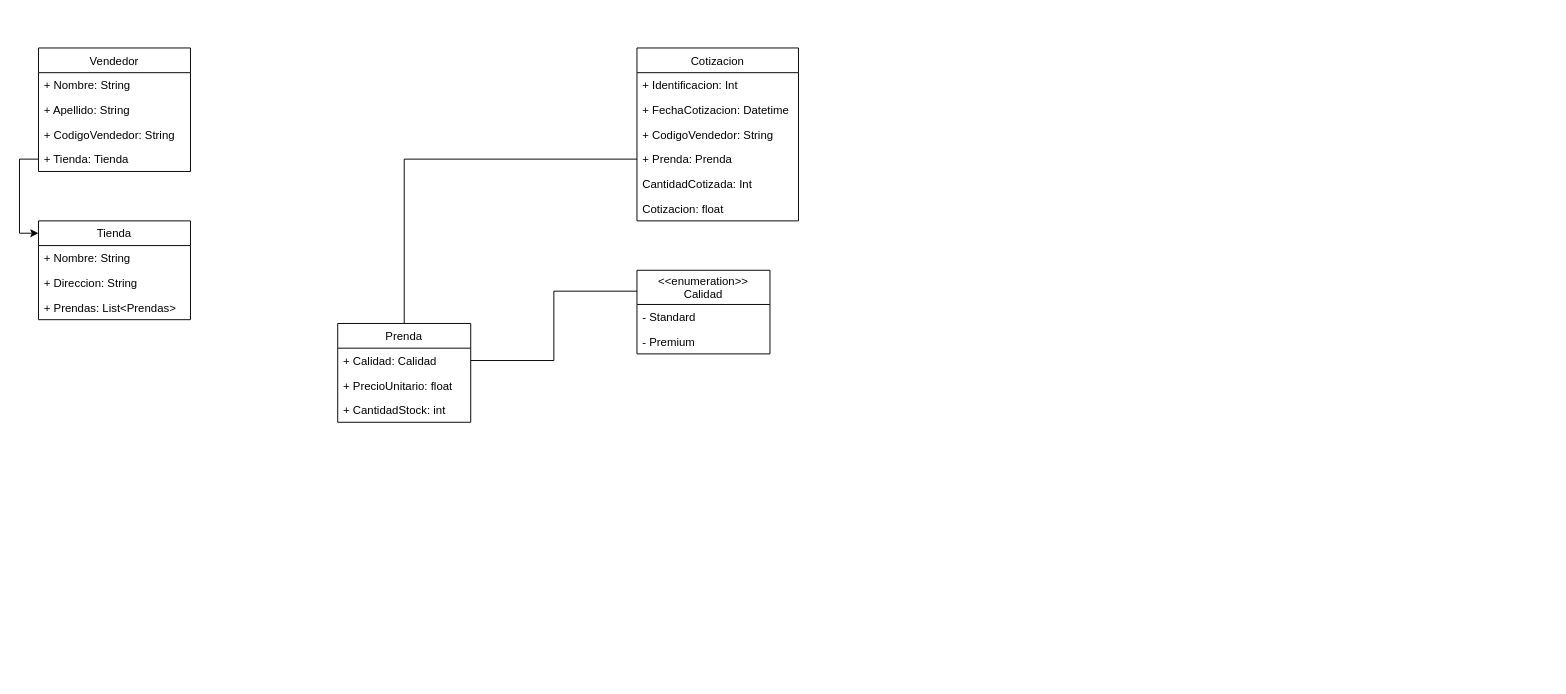
This is Untitled Diagram.drawio from Kazte/ventas-app, a draw.io file, before an edit. Source tidied: cells renumbered, new cells numbered last; positions are measured from the earlier drawing's top-left corner, leaving out a move shared by most shapes. Both pictures are drawn from the tidied source at 95%, with x=0, y=0 at pixel (38, 48).
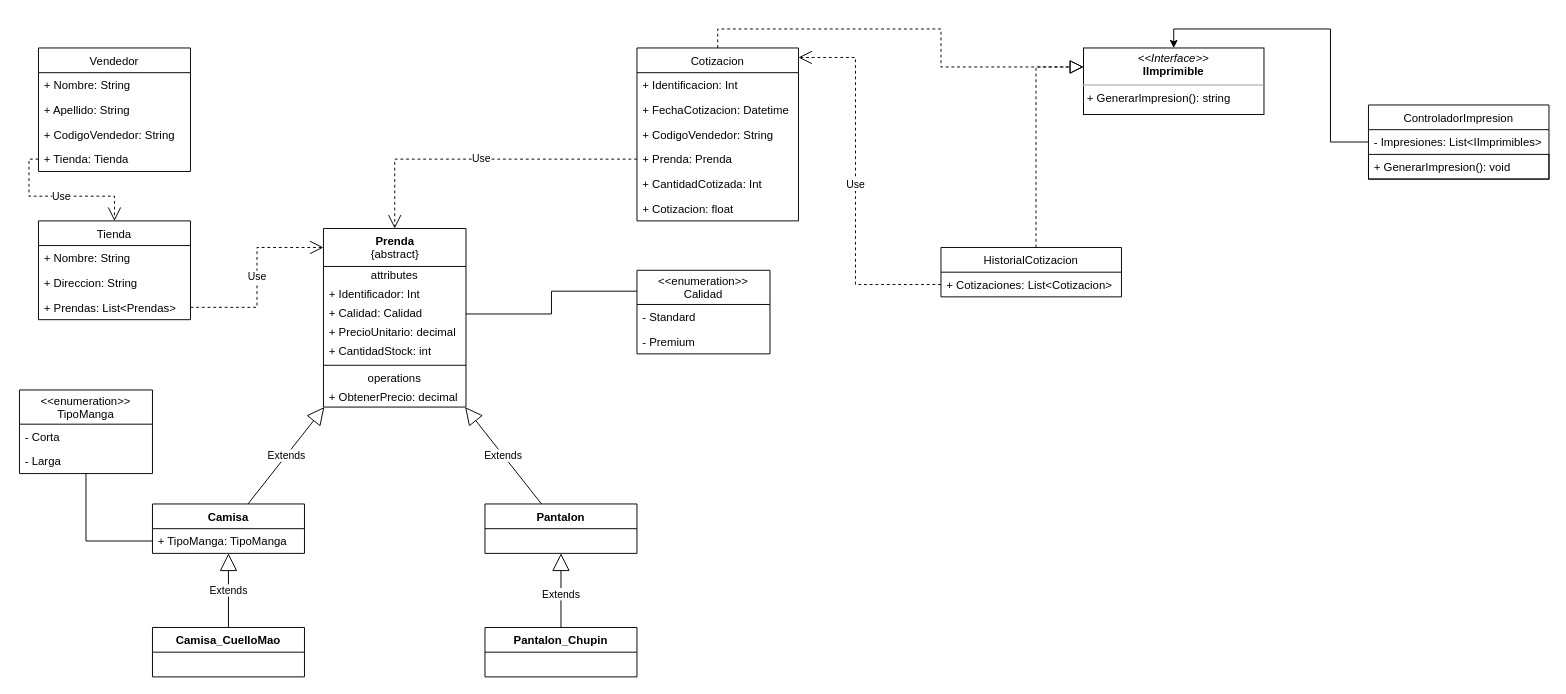
The same diagram, later.

Commit message:
Update UML - Imprimible

The change refers to these unchanged cells:
```xml
<mxCell id="6" value="+ Tienda: Tienda" style="text;strokeColor=none;fillColor=none;align=left;verticalAlign=top;spacingLeft=4;spacingRight=4;overflow=hidden;points=[[0,0.5],[1,0.5]];portConstraint=eastwest;" parent="2" vertex="1">
  <mxGeometry y="104" width="160" height="26" as="geometry" />
</mxCell>
<mxCell id="7" value="Cotizacion" style="swimlane;fontStyle=0;horizontal=1;startSize=26;fillColor=none;" parent="1" vertex="1">
  <mxGeometry x="630" width="170" height="182" as="geometry" />
</mxCell>
<mxCell id="11" value="+ Prenda: Prenda" style="text;strokeColor=none;fillColor=none;align=left;verticalAlign=top;spacingLeft=4;spacingRight=4;overflow=hidden;points=[[0,0.5],[1,0.5]];portConstraint=eastwest;" parent="7" vertex="1">
  <mxGeometry y="104" width="170" height="26" as="geometry" />
</mxCell>
<mxCell id="14" value="Tienda" style="swimlane;fontStyle=0;horizontal=1;startSize=26;fillColor=none;" parent="1" vertex="1">
  <mxGeometry y="182" width="160" height="104" as="geometry" />
</mxCell>
<mxCell id="17" value="+ Prendas: List&lt;Prendas&gt;" style="text;strokeColor=none;fillColor=none;align=left;verticalAlign=top;spacingLeft=4;spacingRight=4;overflow=hidden;points=[[0,0.5],[1,0.5]];portConstraint=eastwest;" parent="14" vertex="1">
  <mxGeometry y="78" width="160" height="26" as="geometry" />
</mxCell>
```

Diff of the diagram source:
```diff
@@
-    <mxCell id="12" value="CantidadCotizada: Int" style="text;strokeColor=none;fillColor=none;align=left;verticalAlign=top;spacingLeft=4;spacingRight=4;overflow=hidden;" parent="7" vertex="1">
+    <mxCell id="12" value="+ CantidadCotizada: Int" style="text;strokeColor=none;fillColor=none;align=left;verticalAlign=top;spacingLeft=4;spacingRight=4;overflow=hidden;" parent="7" vertex="1">
       <mxGeometry y="130" width="170" height="26" as="geometry" />
     </mxCell>
-    <mxCell id="13" value="Cotizacion: float" style="text;strokeColor=none;fillColor=none;align=left;verticalAlign=top;spacingLeft=4;spacingRight=4;overflow=hidden;" parent="7" vertex="1">
+    <mxCell id="13" value="+ Cotizacion: float" style="text;strokeColor=none;fillColor=none;align=left;verticalAlign=top;spacingLeft=4;spacingRight=4;overflow=hidden;" parent="7" vertex="1">
       <mxGeometry y="156" width="170" height="26" as="geometry" />
     </mxCell>
@@
-    <mxCell id="18" style="edgeStyle=orthogonalEdgeStyle;rounded=0;jettySize=auto;html=1;entryX=0;entryY=0.125;entryDx=0;entryDy=0;entryPerimeter=0;" parent="1" edge="1" source="6" target="14">
-      <mxGeometry relative="1" as="geometry" />
-    </mxCell>
-    <mxCell id="19" value="Prenda" style="swimlane;fontStyle=0;horizontal=1;startSize=26;fillColor=none;" parent="1" vertex="1">
-      <mxGeometry x="315" y="290" width="140" height="104" as="geometry" />
-    </mxCell>
-    <mxCell id="20" value="+ Calidad: Calidad&#10;" style="text;strokeColor=none;fillColor=none;align=left;verticalAlign=top;spacingLeft=4;spacingRight=4;overflow=hidden;points=[[0,0.5],[1,0.5]];portConstraint=eastwest;" parent="19" vertex="1">
-      <mxGeometry y="26" width="140" height="26" as="geometry" />
-    </mxCell>
-    <mxCell id="21" value="+ PrecioUnitario: float" style="text;strokeColor=none;fillColor=none;align=left;verticalAlign=top;spacingLeft=4;spacingRight=4;overflow=hidden;" parent="19" vertex="1">
-      <mxGeometry y="52" width="140" height="26" as="geometry" />
-    </mxCell>
-    <mxCell id="22" value="+ CantidadStock: int" style="text;strokeColor=none;fillColor=none;align=left;verticalAlign=top;spacingLeft=4;spacingRight=4;overflow=hidden;" parent="19" vertex="1">
-      <mxGeometry y="78" width="140" height="26" as="geometry" />
-    </mxCell>
@@
-    <mxCell id="27" style="edgeStyle=orthogonalEdgeStyle;rounded=0;jettySize=auto;html=1;entryX=0.5;entryY=0;entryDx=0;entryDy=0;endArrow=none;endFill=0;" parent="1" edge="1" source="11" target="19">
-      <mxGeometry relative="1" as="geometry" />
-    </mxCell>
+    <mxCell id="28" value="&lt;b&gt;Prenda&lt;/b&gt;&lt;br&gt;{abstract}" style="swimlane;fontStyle=0;align=center;verticalAlign=top;horizontal=1;startSize=40;html=1;" parent="1" vertex="1">
+      <mxGeometry x="300" y="190" width="150" height="188" as="geometry" />
+    </mxCell>
+    <mxCell id="29" value="attributes" style="text;html=1;strokeColor=none;fillColor=none;align=center;verticalAlign=middle;spacingLeft=4;spacingRight=4;overflow=hidden;" parent="28" vertex="1">
+      <mxGeometry y="40" width="150" height="20" as="geometry" />
+    </mxCell>
+    <mxCell id="30" value="+ Identificador: Int" style="text;html=1;strokeColor=none;fillColor=none;align=left;verticalAlign=middle;spacingLeft=4;spacingRight=4;overflow=hidden;" parent="28" vertex="1">
+      <mxGeometry y="60" width="150" height="20" as="geometry" />
+    </mxCell>
+    <mxCell id="20" value="+ Calidad: Calidad" style="text;html=1;strokeColor=none;fillColor=none;align=left;verticalAlign=middle;spacingLeft=4;spacingRight=4;overflow=hidden;points=[[0,0.5],[1,0.5]];portConstraint=eastwest;" parent="28" vertex="1">
+      <mxGeometry y="80" width="150" height="20" as="geometry" />
+    </mxCell>
+    <mxCell id="31" value="+ PrecioUnitario: decimal" style="text;html=1;strokeColor=none;fillColor=none;align=left;verticalAlign=middle;spacingLeft=4;spacingRight=4;overflow=hidden;" parent="28" vertex="1">
+      <mxGeometry y="100" width="150" height="20" as="geometry" />
+    </mxCell>
+    <mxCell id="22" value="+ CantidadStock: int" style="text;html=1;strokeColor=none;fillColor=none;align=left;verticalAlign=middle;spacingLeft=4;spacingRight=4;overflow=hidden;" parent="28" vertex="1">
+      <mxGeometry y="120" width="150" height="20" as="geometry" />
+    </mxCell>
+    <mxCell id="32" style="line;strokeWidth=1;fillColor=none;align=left;verticalAlign=middle;spacingTop=-1;spacingLeft=3;spacingRight=3;labelPosition=right;" parent="28" vertex="1">
+      <mxGeometry y="140" width="150" height="8" as="geometry" />
+    </mxCell>
+    <mxCell id="33" value="operations" style="text;html=1;strokeColor=none;fillColor=none;align=center;verticalAlign=middle;spacingLeft=4;spacingRight=4;overflow=hidden;" parent="28" vertex="1">
+      <mxGeometry y="148" width="150" height="20" as="geometry" />
+    </mxCell>
+    <mxCell id="34" value="+ ObtenerPrecio: decimal" style="text;html=1;strokeColor=none;fillColor=none;align=left;verticalAlign=middle;spacingLeft=4;spacingRight=4;overflow=hidden;" parent="28" vertex="1">
+      <mxGeometry y="168" width="150" height="20" as="geometry" />
+    </mxCell>
+    <mxCell id="35" value="Camisa" style="swimlane;fontStyle=1;align=center;verticalAlign=top;horizontal=1;startSize=26;" parent="1" vertex="1">
+      <mxGeometry x="120" y="480" width="160" height="52" as="geometry" />
+    </mxCell>
+    <mxCell id="36" value="+ TipoManga: TipoManga" style="text;strokeColor=none;fillColor=none;align=left;verticalAlign=top;spacingLeft=4;spacingRight=4;overflow=hidden;points=[[0,0.5],[1,0.5]];portConstraint=eastwest;" parent="35" vertex="1">
+      <mxGeometry y="26" width="160" height="26" as="geometry" />
+    </mxCell>
+    <mxCell id="37" value="Pantalon" style="swimlane;fontStyle=1;align=center;verticalAlign=top;horizontal=1;startSize=26;" parent="1" vertex="1">
+      <mxGeometry x="470" y="480" width="160" height="52" as="geometry" />
+    </mxCell>
+    <mxCell id="38" value="Camisa_CuelloMao" style="swimlane;fontStyle=1;align=center;verticalAlign=top;horizontal=1;startSize=26;" parent="1" vertex="1">
+      <mxGeometry x="120" y="610" width="160" height="52" as="geometry" />
+    </mxCell>
+    <mxCell id="39" value="Pantalon_Chupin" style="swimlane;fontStyle=1;align=center;verticalAlign=top;horizontal=1;startSize=26;" parent="1" vertex="1">
+      <mxGeometry x="470" y="610" width="160" height="52" as="geometry" />
+    </mxCell>
+    <mxCell id="40" value="&lt;&lt;enumeration&gt;&gt;&#10;TipoManga" style="swimlane;fontStyle=0;horizontal=1;startSize=36;fillColor=none;" parent="1" vertex="1">
+      <mxGeometry x="-20" y="360" width="140" height="88" as="geometry" />
+    </mxCell>
+    <mxCell id="41" value="- Corta" style="text;strokeColor=none;fillColor=none;align=left;verticalAlign=top;spacingLeft=4;spacingRight=4;overflow=hidden;" parent="40" vertex="1">
+      <mxGeometry y="36" width="140" height="26" as="geometry" />
+    </mxCell>
+    <mxCell id="42" value="- Larga" style="text;strokeColor=none;fillColor=none;align=left;verticalAlign=top;spacingLeft=4;spacingRight=4;overflow=hidden;" parent="40" vertex="1">
+      <mxGeometry y="62" width="140" height="26" as="geometry" />
+    </mxCell>
+    <mxCell id="43" style="rounded=0;jettySize=auto;html=1;endArrow=none;endFill=0;edgeStyle=orthogonalEdgeStyle;sourcePerimeterSpacing=0;" parent="1" edge="1" source="36" target="40">
+      <mxGeometry relative="1" as="geometry" />
+    </mxCell>
+    <mxCell id="44" value="&lt;p style=&quot;margin:0px;margin-top:4px;text-align:center;&quot;&gt;&lt;i&gt;&amp;lt;&amp;lt;Interface&amp;gt;&amp;gt;&lt;/i&gt;&lt;br&gt;&lt;b&gt;IImprimible&lt;/b&gt;&lt;/p&gt;&lt;hr size=&quot;1&quot;&gt;&lt;p style=&quot;margin:0px;margin-left:4px;&quot;&gt;+ GenerarImpresion(): string&lt;/p&gt;" style="verticalAlign=top;align=left;overflow=fill;fontSize=12;fontFamily=Helvetica;html=1;" parent="1" vertex="1">
+      <mxGeometry x="1100" width="190" height="70" as="geometry" />
+    </mxCell>
+    <mxCell id="45" value="HistorialCotizacion" style="swimlane;fontStyle=0;horizontal=1;startSize=26;fillColor=none;" parent="1" vertex="1">
+      <mxGeometry x="950" y="210" width="190" height="52" as="geometry" />
+    </mxCell>
+    <mxCell id="46" value="+ Cotizaciones: List&lt;Cotizacion&gt;&#10;" style="text;strokeColor=none;fillColor=none;align=left;verticalAlign=top;spacingLeft=4;spacingRight=4;overflow=hidden;points=[[0,0.5],[1,0.5]];portConstraint=eastwest;" parent="45" vertex="1">
+      <mxGeometry y="26" width="190" height="26" as="geometry" />
+    </mxCell>
+    <mxCell id="47" value="ControladorImpresion" style="swimlane;fontStyle=0;horizontal=1;startSize=26;fillColor=none;" parent="1" vertex="1">
+      <mxGeometry x="1400" y="60" width="190" height="78" as="geometry" />
+    </mxCell>
+    <mxCell id="48" value="- Impresiones: List&lt;IImprimibles&gt;" style="text;strokeColor=none;fillColor=none;align=left;verticalAlign=top;spacingLeft=4;spacingRight=4;overflow=hidden;points=[[0,0.5],[1,0.5]];portConstraint=eastwest;" parent="47" vertex="1">
+      <mxGeometry y="26" width="190" height="26" as="geometry" />
+    </mxCell>
+    <mxCell id="49" value="+ GenerarImpresion(): void" style="text;strokeColor=default;fillColor=none;align=left;verticalAlign=top;spacingLeft=4;spacingRight=4;overflow=hidden;" parent="47" vertex="1">
+      <mxGeometry y="52" width="190" height="26" as="geometry" />
+    </mxCell>
+    <mxCell id="50" style="edgeStyle=orthogonalEdgeStyle;rounded=0;jettySize=auto;html=1;startArrow=none;startFill=0;endArrow=classic;endFill=1;sourcePerimeterSpacing=0;" parent="1" edge="1" source="48" target="44">
+      <mxGeometry relative="1" as="geometry">
+        <Array as="points">
+          <mxPoint x="1360" y="99" />
+          <mxPoint x="1360" y="-20" />
+          <mxPoint x="1195" y="-20" />
+        </Array>
+      </mxGeometry>
+    </mxCell>
+    <mxCell id="51" value="Extends" style="endArrow=block;endSize=16;endFill=0;html=1;rounded=0;sourcePerimeterSpacing=0;" parent="1" edge="1" source="38" target="35">
+      <mxGeometry relative="1" as="geometry" />
+    </mxCell>
+    <mxCell id="52" value="Extends" style="endArrow=block;endSize=16;endFill=0;html=1;rounded=0;sourcePerimeterSpacing=0;" parent="1" edge="1" source="39" target="37">
+      <mxGeometry x="-0.1" relative="1" as="geometry" />
+    </mxCell>
+    <mxCell id="53" value="Extends" style="endArrow=block;endSize=16;endFill=0;html=1;rounded=0;sourcePerimeterSpacing=0;" parent="1" edge="1" source="35" target="28">
+      <mxGeometry relative="1" as="geometry" />
+    </mxCell>
+    <mxCell id="54" value="Extends" style="endArrow=block;endSize=16;endFill=0;html=1;rounded=0;sourcePerimeterSpacing=0;" parent="1" edge="1" source="37" target="28">
+      <mxGeometry relative="1" as="geometry" />
+    </mxCell>
+    <mxCell id="55" value="Use" style="endArrow=open;endSize=12;dashed=1;html=1;rounded=0;sourcePerimeterSpacing=0;edgeStyle=orthogonalEdgeStyle;" parent="1" edge="1" source="17" target="28">
+      <mxGeometry relative="1" as="geometry">
+        <Array as="points">
+          <mxPoint x="230" y="273" />
+          <mxPoint x="230" y="210" />
+        </Array>
+      </mxGeometry>
+    </mxCell>
+    <mxCell id="18" value="Use" style="endArrow=open;endSize=12;dashed=1;html=1;rounded=0;sourcePerimeterSpacing=0;edgeStyle=orthogonalEdgeStyle;" parent="1" edge="1" source="6" target="14">
+      <mxGeometry relative="1" as="geometry" />
+    </mxCell>
+    <mxCell id="56" value="Use" style="endArrow=open;endSize=12;dashed=1;html=1;rounded=0;sourcePerimeterSpacing=0;edgeStyle=orthogonalEdgeStyle;" parent="1" edge="1" source="11" target="28">
+      <mxGeometry relative="1" as="geometry" />
+    </mxCell>
+    <mxCell id="57" value="Use" style="endArrow=open;endSize=12;dashed=1;html=1;rounded=0;sourcePerimeterSpacing=0;edgeStyle=orthogonalEdgeStyle;" parent="1" edge="1" source="46" target="7">
+      <mxGeometry relative="1" as="geometry">
+        <Array as="points">
+          <mxPoint x="860" y="249" />
+          <mxPoint x="860" y="10" />
+        </Array>
+      </mxGeometry>
+    </mxCell>
+    <mxCell id="58" style="endArrow=block;dashed=1;endFill=0;endSize=12;html=1;rounded=0;sourcePerimeterSpacing=0;edgeStyle=orthogonalEdgeStyle;" parent="1" edge="1" source="7" target="44">
+      <mxGeometry relative="1" as="geometry">
+        <Array as="points">
+          <mxPoint x="715" y="-20" />
+          <mxPoint x="950" y="-20" />
+          <mxPoint x="950" y="20" />
+        </Array>
+      </mxGeometry>
+    </mxCell>
+    <mxCell id="59" style="endArrow=block;dashed=1;endFill=0;endSize=12;html=1;rounded=0;sourcePerimeterSpacing=0;edgeStyle=orthogonalEdgeStyle;" parent="1" edge="1" source="45" target="44">
+      <mxGeometry relative="1" as="geometry">
+        <Array as="points">
+          <mxPoint x="1050" y="20" />
+        </Array>
+      </mxGeometry>
+    </mxCell>
```
